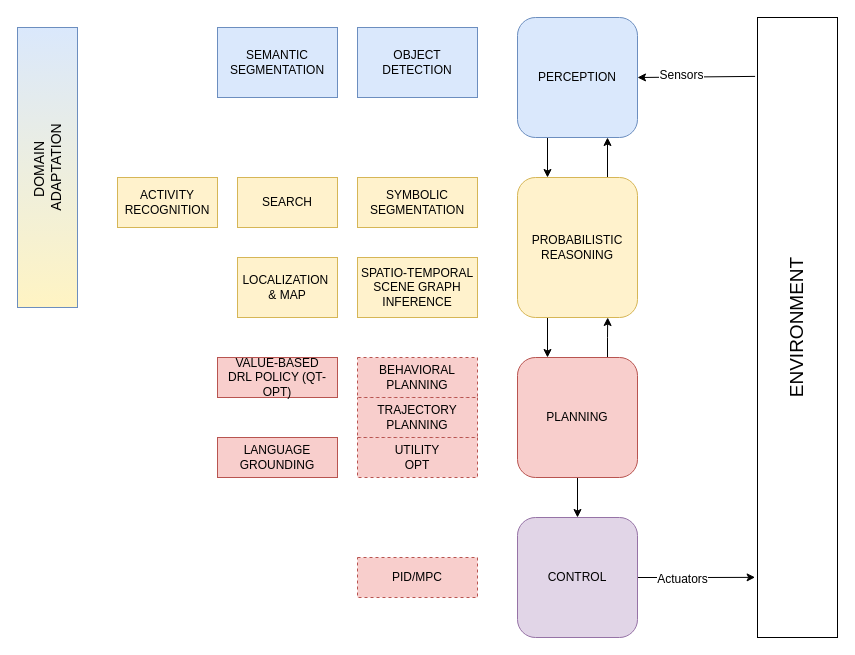
Before: page "AI Agent" (1 of 2) of content/docs/lectures/pgm/pgm-intro/prob-reasoning.drawio in cicyfan/cs-gy-6613-spring-2020, a draw.io diagram. Source tidied: cells renumbered, new cells numbered last; positions are measured from the earlier drawing's top-left corner, leaving out a move shared by most shapes. Both pictures are drawn from the tidied source at 100%, with x=0, y=0 at pixel (17, 17).
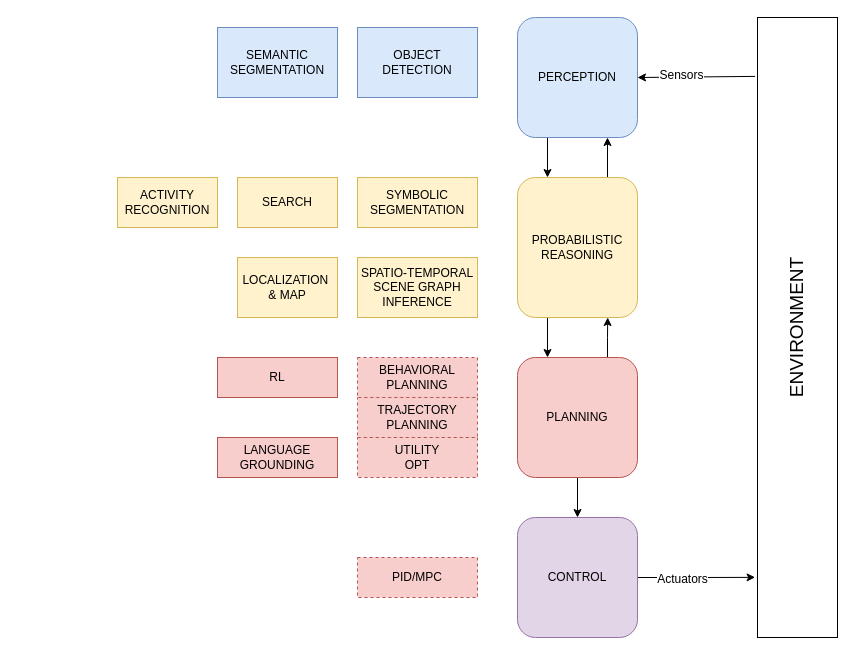
The same diagram, later.

The edit, as a diff of the source:
```diff
@@
-    <mxCell id="26" value="VALUE-BASED &lt;br&gt;DRL POLICY (QT-OPT)" style="rounded=0;whiteSpace=wrap;html=1;fontSize=12;fillColor=#f8cecc;strokeColor=#b85450;" parent="1" vertex="1">
+    <mxCell id="26" value="RL" style="rounded=0;whiteSpace=wrap;html=1;fontSize=12;fillColor=#f8cecc;strokeColor=#b85450;" parent="1" vertex="1">
       <mxGeometry x="200" y="340" width="120" height="40" as="geometry" />
     </mxCell>
-    <mxCell id="27" value="DOMAIN&amp;nbsp;&lt;br style=&quot;font-size: 14px;&quot;&gt;ADAPTATION" style="rounded=0;whiteSpace=wrap;html=1;fontSize=14;fillColor=#dae8fc;strokeColor=#6c8ebf;gradientColor=#FFF4C3;horizontal=0;" parent="1" vertex="1">
-      <mxGeometry y="10" width="60" height="280" as="geometry" />
-    </mxCell>
```
